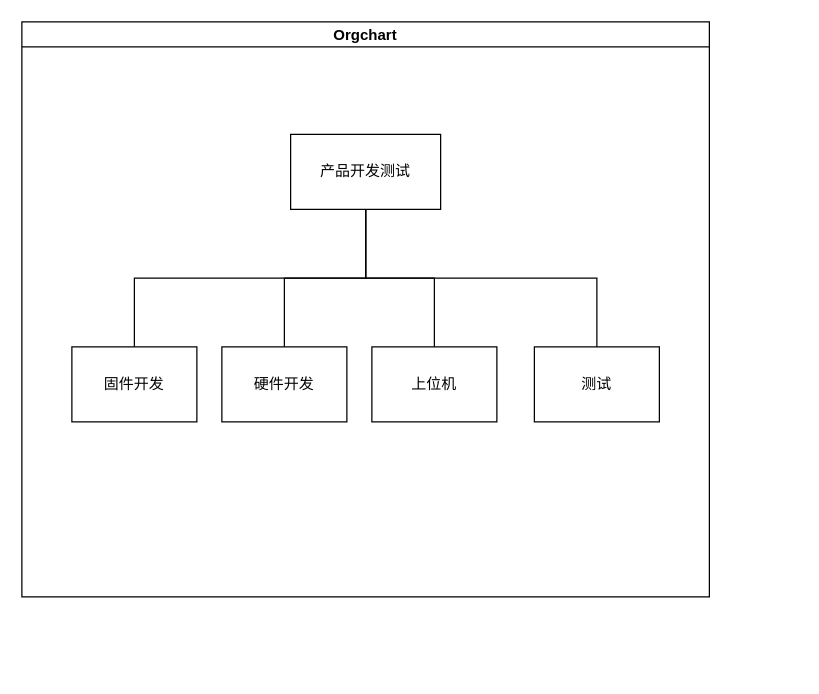
q30china/draw keeps this draw.io diagram as 开发团队.drawio. Above is the earlier version. Source tidied: cells renumbered, new cells numbered last; positions are measured from the earlier drawing's top-left corner, leaving out a move shared by most shapes. Both pictures are drawn from the tidied source at 125%, with x=0, y=0 at pixel (21, 21).
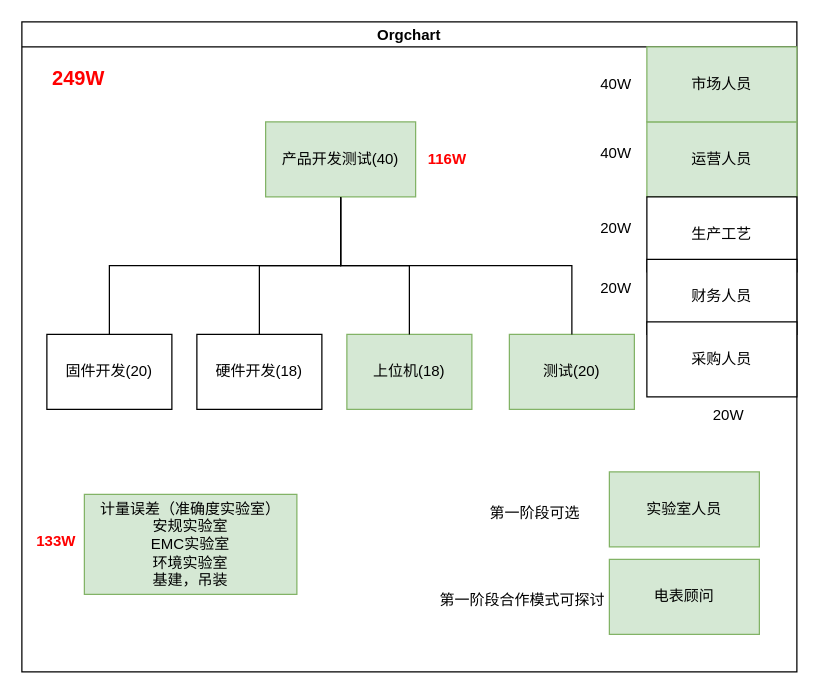
The same diagram, later.

Commit message:
更新开发团队.drawio

Change to the diagram source:
```diff
@@
     <mxCell id="2" value="Orgchart" style="swimlane;startSize=20;horizontal=1;containerType=tree;newEdgeStyle={&quot;edgeStyle&quot;:&quot;elbowEdgeStyle&quot;,&quot;startArrow&quot;:&quot;none&quot;,&quot;endArrow&quot;:&quot;none&quot;};" parent="1" vertex="1">
-      <mxGeometry width="550" height="460" as="geometry" />
+      <mxGeometry width="620" height="520" as="geometry" />
     </mxCell>
+    <mxCell id="12" value="&lt;b&gt;&lt;font style=&quot;color: rgb(255, 0, 0); font-size: 16px;&quot;&gt;249W&lt;/font&gt;&lt;/b&gt;" style="text;html=1;align=center;verticalAlign=middle;strokeColor=none;fillColor=none;" parent="2" vertex="1">
+      <mxGeometry x="10" y="30" width="70" height="30" as="geometry" />
+    </mxCell>
+    <mxCell id="13" style="group;" parent="2" vertex="1">
+      <mxGeometry x="10" y="378" width="210" height="80" as="geometry" />
+    </mxCell>
+    <mxCell id="14" value="&lt;div&gt;&lt;b&gt;&lt;font style=&quot;color: rgb(255, 0, 0);&quot;&gt;&lt;br&gt;&lt;/font&gt;&lt;/b&gt;&lt;/div&gt;&lt;div&gt;&lt;b&gt;&lt;font style=&quot;color: rgb(255, 0, 0);&quot;&gt;133W&lt;/font&gt;&lt;/b&gt;&lt;/div&gt;" style="text;html=1;align=left;verticalAlign=middle;strokeColor=none;fillColor=none;" parent="13" vertex="1">
+      <mxGeometry y="10" width="50" height="40" as="geometry" />
+    </mxCell>
+    <mxCell id="15" value="&lt;div&gt;&lt;br&gt;&lt;/div&gt;&lt;div&gt;&lt;span style=&quot;background-color: transparent; color: light-dark(rgb(0, 0, 0), rgb(255, 255, 255));&quot;&gt;计量误差（准确度实验室）&lt;/span&gt;&lt;/div&gt;&lt;div&gt;安规实验室&lt;/div&gt;&lt;div&gt;EMC实验室&lt;/div&gt;&lt;div&gt;环境实验室&lt;/div&gt;&lt;div&gt;基建，吊装&lt;/div&gt;&lt;div&gt;&lt;br style=&quot;text-align: left; text-wrap-mode: nowrap;&quot;&gt;&lt;/div&gt;" style="whiteSpace=wrap;html=1;fillColor=#d5e8d4;strokeColor=#82b366;" parent="13" vertex="1">
+      <mxGeometry x="40" width="170" height="80" as="geometry" />
+    </mxCell>
+    <mxCell id="16" style="group;" parent="2" vertex="1">
+      <mxGeometry x="320" y="360" width="270" height="130" as="geometry" />
+    </mxCell>
+    <mxCell id="17" style="group;" parent="16" vertex="1">
+      <mxGeometry x="150" width="120" height="130" as="geometry" />
+    </mxCell>
+    <mxCell id="18" value="实验室人员" style="whiteSpace=wrap;html=1;fillColor=#d5e8d4;strokeColor=#82b366;" parent="17" vertex="1">
+      <mxGeometry width="120" height="60" as="geometry" />
+    </mxCell>
+    <mxCell id="19" value="电表顾问" style="whiteSpace=wrap;html=1;fillColor=#d5e8d4;strokeColor=#82b366;" parent="17" vertex="1">
+      <mxGeometry y="70" width="120" height="60" as="geometry" />
+    </mxCell>
+    <mxCell id="20" value="第一阶段可选" style="text;html=1;align=center;verticalAlign=middle;strokeColor=none;fillColor=none;" parent="16" vertex="1">
+      <mxGeometry x="40" y="18" width="100" height="30" as="geometry" />
+    </mxCell>
+    <mxCell id="21" value="第一阶段合作模式可探讨" style="text;html=1;align=center;verticalAlign=middle;strokeColor=none;fillColor=none;" parent="16" vertex="1">
+      <mxGeometry y="88" width="160" height="30" as="geometry" />
+    </mxCell>
+    <mxCell id="22" style="group;" parent="2" vertex="1">
+      <mxGeometry x="20" y="80" width="550" height="230" as="geometry" />
+    </mxCell>
-    <mxCell id="3" style="edgeStyle=elbowEdgeStyle;elbow=vertical;sourcePerimeterSpacing=0;targetPerimeterSpacing=0;startArrow=none;endArrow=none;rounded=0;curved=0;" parent="2" edge="1" source="5" target="6">
+    <mxCell id="3" style="edgeStyle=elbowEdgeStyle;elbow=vertical;sourcePerimeterSpacing=0;targetPerimeterSpacing=0;startArrow=none;endArrow=none;rounded=0;curved=0;" parent="22" edge="1" source="5" target="6">
       <mxGeometry relative="1" as="geometry" />
     </mxCell>
-    <mxCell id="4" style="edgeStyle=elbowEdgeStyle;elbow=vertical;sourcePerimeterSpacing=0;targetPerimeterSpacing=0;startArrow=none;endArrow=none;rounded=0;curved=0;" parent="2" edge="1" source="5" target="7">
+    <mxCell id="4" style="edgeStyle=elbowEdgeStyle;elbow=vertical;sourcePerimeterSpacing=0;targetPerimeterSpacing=0;startArrow=none;endArrow=none;rounded=0;curved=0;" parent="22" edge="1" source="5" target="7">
       <mxGeometry relative="1" as="geometry" />
     </mxCell>
-    <mxCell id="5" value="产品开发测试" style="whiteSpace=wrap;html=1;align=center;newEdgeStyle={&quot;edgeStyle&quot;:&quot;elbowEdgeStyle&quot;,&quot;startArrow&quot;:&quot;none&quot;,&quot;endArrow&quot;:&quot;none&quot;};" parent="2" vertex="1">
-      <mxGeometry x="215" y="90" width="120" height="60" as="geometry" />
+    <mxCell id="5" value="产品开发测试(40)" style="whiteSpace=wrap;html=1;align=center;newEdgeStyle={&quot;edgeStyle&quot;:&quot;elbowEdgeStyle&quot;,&quot;startArrow&quot;:&quot;none&quot;,&quot;endArrow&quot;:&quot;none&quot;};fillColor=#d5e8d4;strokeColor=#82b366;" parent="22" vertex="1">
+      <mxGeometry x="175" width="120" height="60" as="geometry" />
     </mxCell>
-    <mxCell id="6" value="固件开发" style="whiteSpace=wrap;html=1;align=center;verticalAlign=middle;newEdgeStyle={&quot;edgeStyle&quot;:&quot;elbowEdgeStyle&quot;,&quot;startArrow&quot;:&quot;none&quot;,&quot;endArrow&quot;:&quot;none&quot;};" parent="2" vertex="1" collapsed="1">
-      <mxGeometry x="40" y="260" width="100" height="60" as="geometry" />
+    <mxCell id="6" value="固件开发(20)" style="whiteSpace=wrap;html=1;align=center;verticalAlign=middle;newEdgeStyle={&quot;edgeStyle&quot;:&quot;elbowEdgeStyle&quot;,&quot;startArrow&quot;:&quot;none&quot;,&quot;endArrow&quot;:&quot;none&quot;};" parent="22" vertex="1" collapsed="1">
+      <mxGeometry y="170" width="100" height="60" as="geometry" />
     </mxCell>
-    <mxCell id="7" value="硬件开发" style="whiteSpace=wrap;html=1;align=center;verticalAlign=middle;newEdgeStyle={&quot;edgeStyle&quot;:&quot;elbowEdgeStyle&quot;,&quot;startArrow&quot;:&quot;none&quot;,&quot;endArrow&quot;:&quot;none&quot;};" parent="2" vertex="1">
-      <mxGeometry x="160" y="260" width="100" height="60" as="geometry" />
+    <mxCell id="7" value="硬件开发(18)" style="whiteSpace=wrap;html=1;align=center;verticalAlign=middle;newEdgeStyle={&quot;edgeStyle&quot;:&quot;elbowEdgeStyle&quot;,&quot;startArrow&quot;:&quot;none&quot;,&quot;endArrow&quot;:&quot;none&quot;};" parent="22" vertex="1">
+      <mxGeometry x="120" y="170" width="100" height="60" as="geometry" />
     </mxCell>
-    <mxCell id="8" value="上位机" style="whiteSpace=wrap;html=1;align=center;verticalAlign=middle;newEdgeStyle={&quot;edgeStyle&quot;:&quot;elbowEdgeStyle&quot;,&quot;startArrow&quot;:&quot;none&quot;,&quot;endArrow&quot;:&quot;none&quot;};" parent="2" vertex="1">
-      <mxGeometry x="280" y="260" width="100" height="60" as="geometry" />
+    <mxCell id="8" value="上位机(18)" style="whiteSpace=wrap;html=1;align=center;verticalAlign=middle;newEdgeStyle={&quot;edgeStyle&quot;:&quot;elbowEdgeStyle&quot;,&quot;startArrow&quot;:&quot;none&quot;,&quot;endArrow&quot;:&quot;none&quot;};fillColor=#d5e8d4;strokeColor=#82b366;" parent="22" vertex="1">
+      <mxGeometry x="240" y="170" width="100" height="60" as="geometry" />
     </mxCell>
-    <mxCell id="9" style="edgeStyle=elbowEdgeStyle;elbow=vertical;sourcePerimeterSpacing=0;targetPerimeterSpacing=0;startArrow=none;endArrow=none;rounded=0;curved=0;" parent="2" edge="1" source="5" target="8">
+    <mxCell id="9" style="edgeStyle=elbowEdgeStyle;elbow=vertical;sourcePerimeterSpacing=0;targetPerimeterSpacing=0;startArrow=none;endArrow=none;rounded=0;curved=0;" parent="22" edge="1" source="5" target="8">
       <mxGeometry relative="1" as="geometry" />
     </mxCell>
-    <mxCell id="10" value="测试" style="whiteSpace=wrap;html=1;align=center;verticalAlign=middle;newEdgeStyle={&quot;edgeStyle&quot;:&quot;elbowEdgeStyle&quot;,&quot;startArrow&quot;:&quot;none&quot;,&quot;endArrow&quot;:&quot;none&quot;};" parent="2" vertex="1">
-      <mxGeometry x="410" y="260" width="100" height="60" as="geometry" />
+    <mxCell id="10" value="测试(20)" style="whiteSpace=wrap;html=1;align=center;verticalAlign=middle;newEdgeStyle={&quot;edgeStyle&quot;:&quot;elbowEdgeStyle&quot;,&quot;startArrow&quot;:&quot;none&quot;,&quot;endArrow&quot;:&quot;none&quot;};fillColor=#d5e8d4;strokeColor=#82b366;" parent="22" vertex="1" collapsed="1">
+      <mxGeometry x="370" y="170" width="100" height="60" as="geometry" />
     </mxCell>
-    <mxCell id="11" style="edgeStyle=elbowEdgeStyle;elbow=vertical;sourcePerimeterSpacing=0;targetPerimeterSpacing=0;startArrow=none;endArrow=none;rounded=0;curved=0;" parent="2" edge="1" source="5" target="10">
+    <mxCell id="11" style="edgeStyle=elbowEdgeStyle;elbow=vertical;sourcePerimeterSpacing=0;targetPerimeterSpacing=0;startArrow=none;endArrow=none;rounded=0;curved=0;" parent="22" edge="1" source="5" target="10">
       <mxGeometry relative="1" as="geometry" />
     </mxCell>
+    <mxCell id="23" value="&lt;font style=&quot;color: rgb(255, 0, 0);&quot;&gt;&lt;b&gt;116W&lt;/b&gt;&lt;/font&gt;" style="text;html=1;align=center;verticalAlign=middle;strokeColor=none;fillColor=none;" parent="22" vertex="1">
+      <mxGeometry x="295" y="15" width="50" height="30" as="geometry" />
+    </mxCell>
+    <mxCell id="24" value="运营人员" style="whiteSpace=wrap;html=1;fillColor=#d5e8d4;strokeColor=#82b366;" parent="22" vertex="1">
+      <mxGeometry x="480" width="120" height="60" as="geometry" />
+    </mxCell>
+    <mxCell id="25" value="40W" style="text;html=1;align=center;verticalAlign=middle;strokeColor=none;fillColor=none;" parent="22" vertex="1">
+      <mxGeometry x="430" y="10" width="50" height="30" as="geometry" />
+    </mxCell>
+    <mxCell id="26" value="20W" style="text;html=1;align=center;verticalAlign=middle;strokeColor=none;fillColor=none;" parent="22" vertex="1">
+      <mxGeometry x="430" y="70" width="50" height="30" as="geometry" />
+    </mxCell>
+    <mxCell id="27" value="20W" style="text;html=1;align=center;verticalAlign=middle;strokeColor=none;fillColor=none;" parent="22" vertex="1">
+      <mxGeometry x="430" y="118" width="50" height="30" as="geometry" />
+    </mxCell>
+    <mxCell id="28" value="市场人员" style="whiteSpace=wrap;html=1;fillColor=#d5e8d4;strokeColor=#82b366;" parent="2" vertex="1">
+      <mxGeometry x="500" y="20" width="120" height="60" as="geometry" />
+    </mxCell>
+    <mxCell id="29" value="生产工艺" style="whiteSpace=wrap;html=1;" parent="2" vertex="1">
+      <mxGeometry x="500" y="140" width="120" height="60" as="geometry" />
+    </mxCell>
+    <mxCell id="30" value="40W" style="text;html=1;align=center;verticalAlign=middle;strokeColor=none;fillColor=none;" parent="2" vertex="1">
+      <mxGeometry x="450" y="35" width="50" height="30" as="geometry" />
+    </mxCell>
+    <mxCell id="31" value="20W" style="text;html=1;align=center;verticalAlign=middle;strokeColor=none;fillColor=none;" parent="2" vertex="1">
+      <mxGeometry x="540" y="300" width="50" height="30" as="geometry" />
+    </mxCell>
+    <mxCell id="32" value="财务人员" style="whiteSpace=wrap;html=1;" parent="1" vertex="1">
+      <mxGeometry x="500" y="190" width="120" height="60" as="geometry" />
+    </mxCell>
+    <mxCell id="33" value="采购人员" style="whiteSpace=wrap;html=1;" parent="1" vertex="1">
+      <mxGeometry x="500" y="240" width="120" height="60" as="geometry" />
+    </mxCell>
```
